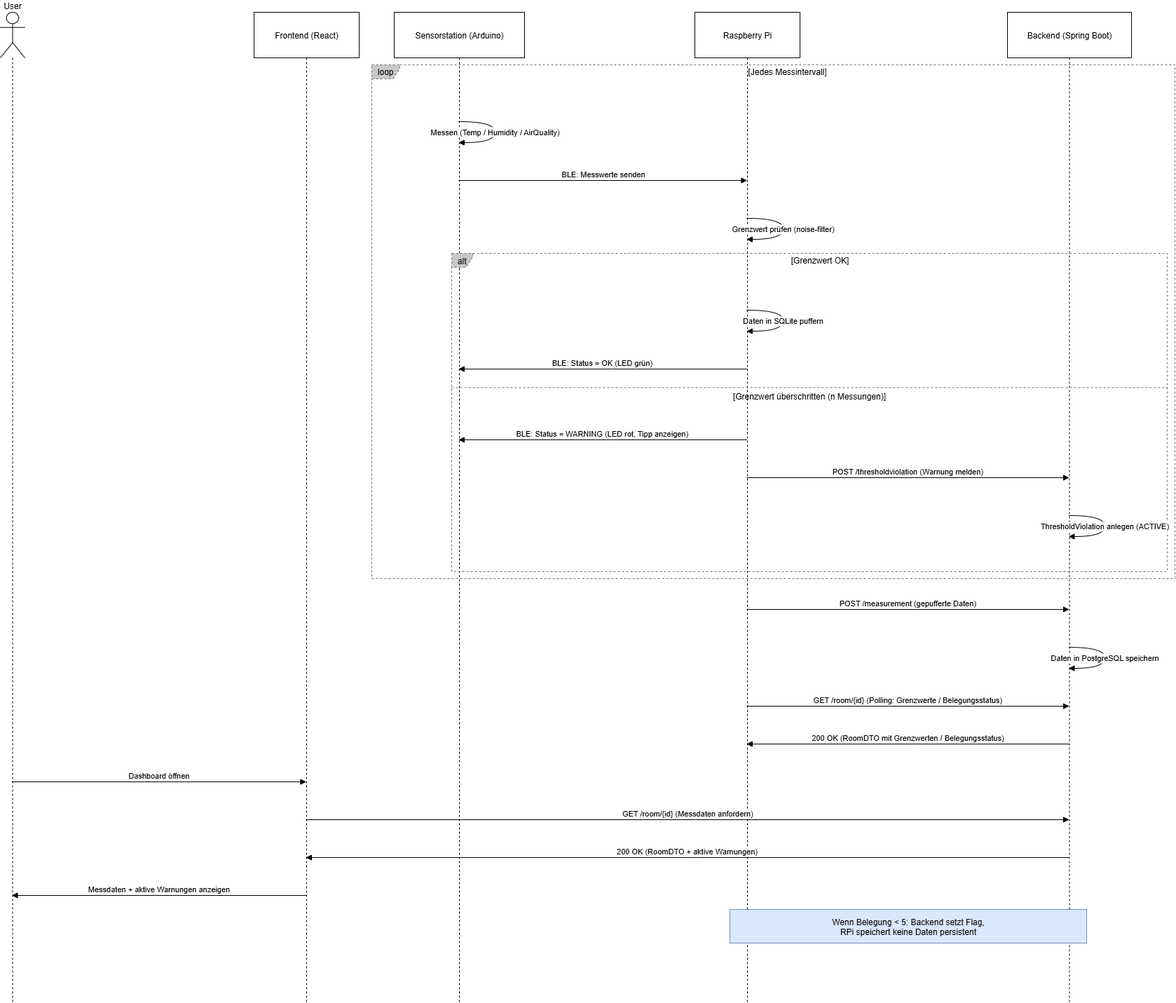
Before: docs/Softwarekonzept_V1/images/general_sequence_diagram.png, a diagram exported from draw.io (adriano-paganini/ClimateCanary). Source tidied: cells renumbered, new cells last; positions are measured from the earlier drawing's top-left corner, leaving out a move shared by most shapes. Its diagram source:
```xml
<mxGraphModel>
  <root>
    <mxCell id="0" />
    <mxCell id="1" parent="0" />
    <mxCell id="2" value="User" style="shape=umlLifeline;perimeter=lifelinePerimeter;whiteSpace=wrap;outlineConnect=0;portConstraint=eastwest;newEdgeStyle={&quot;edgeStyle&quot;:&quot;elbowEdgeStyle&quot;,&quot;elbow&quot;:&quot;vertical&quot;,&quot;curved&quot;:0,&quot;rounded&quot;:0};participant=umlActor;verticalAlign=bottom;labelPosition=center;verticalLabelPosition=top;align=center;size=65;" parent="1" vertex="1">
      <mxGeometry width="35" height="1413" as="geometry" />
    </mxCell>
    <mxCell id="3" value="Frontend (React)" style="shape=umlLifeline;perimeter=lifelinePerimeter;whiteSpace=wrap;outlineConnect=0;portConstraint=eastwest;newEdgeStyle={&quot;edgeStyle&quot;:&quot;elbowEdgeStyle&quot;,&quot;elbow&quot;:&quot;vertical&quot;,&quot;curved&quot;:0,&quot;rounded&quot;:0};size=65;" parent="1" vertex="1">
      <mxGeometry x="362" width="150" height="1413" as="geometry" />
    </mxCell>
    <mxCell id="4" value="Sensorstation (Arduino)" style="shape=umlLifeline;perimeter=lifelinePerimeter;whiteSpace=wrap;outlineConnect=0;portConstraint=eastwest;newEdgeStyle={&quot;edgeStyle&quot;:&quot;elbowEdgeStyle&quot;,&quot;elbow&quot;:&quot;vertical&quot;,&quot;curved&quot;:0,&quot;rounded&quot;:0};size=65;" parent="1" vertex="1">
      <mxGeometry x="562" width="186" height="1413" as="geometry" />
    </mxCell>
    <mxCell id="5" value="Raspberry Pi" style="shape=umlLifeline;perimeter=lifelinePerimeter;whiteSpace=wrap;outlineConnect=0;portConstraint=eastwest;newEdgeStyle={&quot;edgeStyle&quot;:&quot;elbowEdgeStyle&quot;,&quot;elbow&quot;:&quot;vertical&quot;,&quot;curved&quot;:0,&quot;rounded&quot;:0};size=65;" parent="1" vertex="1">
      <mxGeometry x="991" width="150" height="1413" as="geometry" />
    </mxCell>
    <mxCell id="6" value="Backend (Spring Boot)" style="shape=umlLifeline;perimeter=lifelinePerimeter;whiteSpace=wrap;outlineConnect=0;portConstraint=eastwest;newEdgeStyle={&quot;edgeStyle&quot;:&quot;elbowEdgeStyle&quot;,&quot;elbow&quot;:&quot;vertical&quot;,&quot;curved&quot;:0,&quot;rounded&quot;:0};size=65;" parent="1" vertex="1">
      <mxGeometry x="1437" width="177" height="1413" as="geometry" />
    </mxCell>
    <mxCell id="7" value="alt" style="shape=umlFrame;dashed=1;strokeColor=#6D6D6D;height=20;width=30;fillColor=#C8C8C8;" parent="1" vertex="1">
      <mxGeometry x="644" y="344" width="1021" height="454" as="geometry" />
    </mxCell>
    <mxCell id="8" value="[Grenzwert OK]" style="text;strokeColor=none;fillColor=none;align=center;verticalAlign=middle;whiteSpace=wrap;" parent="7" vertex="1">
      <mxGeometry x="30" width="991" height="20" as="geometry" />
    </mxCell>
    <mxCell id="9" value="[Grenzwert überschritten (n Messungen)]" style="shape=line;dashed=1;whiteSpace=wrap;verticalAlign=top;labelPosition=center;verticalLabelPosition=middle;align=center;strokeColor=#6D6D6D;" parent="7" vertex="1">
      <mxGeometry y="190" width="1021" height="3" as="geometry" />
    </mxCell>
    <mxCell id="10" value="loop" style="shape=umlFrame;dashed=1;strokeColor=#6D6D6D;height=20;width=40;fillColor=#C8C8C8;" parent="1" vertex="1">
      <mxGeometry x="530" y="75" width="1146" height="733" as="geometry" />
    </mxCell>
    <mxCell id="11" value="[Jedes Messintervall]" style="text;strokeColor=none;fillColor=none;align=center;verticalAlign=middle;whiteSpace=wrap;" parent="10" vertex="1">
      <mxGeometry x="40" width="1106" height="20" as="geometry" />
    </mxCell>
    <mxCell id="12" value="Messen (Temp / Humidity / AirQuality)" style="curved=1;endArrow=block;rounded=0;" parent="1" edge="1" source="4" target="4">
      <mxGeometry relative="1" as="geometry">
        <Array as="points">
          <mxPoint x="706" y="156" />
          <mxPoint x="706" y="186" />
        </Array>
      </mxGeometry>
    </mxCell>
    <mxCell id="13" value="BLE: Messwerte senden" style="verticalAlign=bottom;edgeStyle=elbowEdgeStyle;elbow=vertical;curved=0;rounded=0;endArrow=block;" parent="1" edge="1" source="4" target="5">
      <mxGeometry relative="1" as="geometry">
        <Array as="points">
          <mxPoint x="869" y="240" />
        </Array>
      </mxGeometry>
    </mxCell>
    <mxCell id="14" value="Grenzwert prüfen (noise-filter)" style="curved=1;endArrow=block;rounded=0;" parent="1" edge="1" source="5" target="5">
      <mxGeometry relative="1" as="geometry">
        <Array as="points">
          <mxPoint x="1117" y="294" />
          <mxPoint x="1117" y="324" />
        </Array>
      </mxGeometry>
    </mxCell>
    <mxCell id="15" value="Daten in SQLite puffern" style="curved=1;endArrow=block;rounded=0;" parent="1" edge="1" source="5" target="5">
      <mxGeometry relative="1" as="geometry">
        <Array as="points">
          <mxPoint x="1117" y="425" />
          <mxPoint x="1117" y="455" />
        </Array>
      </mxGeometry>
    </mxCell>
    <mxCell id="16" value="BLE: Status = OK (LED grün)" style="verticalAlign=bottom;edgeStyle=elbowEdgeStyle;elbow=vertical;curved=0;rounded=0;endArrow=block;" parent="1" edge="1" source="5" target="4">
      <mxGeometry relative="1" as="geometry">
        <Array as="points">
          <mxPoint x="872" y="509" />
        </Array>
      </mxGeometry>
    </mxCell>
    <mxCell id="17" value="BLE: Status = WARNING (LED rot, Tipp anzeigen)" style="verticalAlign=bottom;edgeStyle=elbowEdgeStyle;elbow=vertical;curved=0;rounded=0;endArrow=block;" parent="1" edge="1" source="5" target="4">
      <mxGeometry relative="1" as="geometry">
        <Array as="points">
          <mxPoint x="872" y="610" />
        </Array>
      </mxGeometry>
    </mxCell>
    <mxCell id="18" value="POST /thresholdviolation (Warnung melden)" style="verticalAlign=bottom;edgeStyle=elbowEdgeStyle;elbow=vertical;curved=0;rounded=0;endArrow=block;" parent="1" edge="1" source="5" target="6">
      <mxGeometry relative="1" as="geometry">
        <Array as="points">
          <mxPoint x="1304" y="664" />
        </Array>
      </mxGeometry>
    </mxCell>
    <mxCell id="19" value="ThresholdViolation anlegen (ACTIVE)" style="curved=1;endArrow=block;rounded=0;" parent="1" edge="1" source="6" target="6">
      <mxGeometry relative="1" as="geometry">
        <Array as="points">
          <mxPoint x="1576" y="718" />
          <mxPoint x="1576" y="748" />
        </Array>
      </mxGeometry>
    </mxCell>
    <mxCell id="20" value="POST /measurement (gepufferte Daten)" style="verticalAlign=bottom;edgeStyle=elbowEdgeStyle;elbow=vertical;curved=0;rounded=0;endArrow=block;" parent="1" edge="1" source="5" target="6">
      <mxGeometry relative="1" as="geometry">
        <Array as="points">
          <mxPoint x="1304" y="852" />
        </Array>
      </mxGeometry>
    </mxCell>
    <mxCell id="21" value="Daten in PostgreSQL speichern" style="curved=1;endArrow=block;rounded=0;" parent="1" edge="1" source="6" target="6">
      <mxGeometry relative="1" as="geometry">
        <Array as="points">
          <mxPoint x="1576" y="906" />
          <mxPoint x="1576" y="936" />
        </Array>
      </mxGeometry>
    </mxCell>
    <mxCell id="22" value="GET /room/{id} (Polling: Grenzwerte / Belegungsstatus)" style="verticalAlign=bottom;edgeStyle=elbowEdgeStyle;elbow=vertical;curved=0;rounded=0;endArrow=block;" parent="1" edge="1" source="5" target="6">
      <mxGeometry relative="1" as="geometry">
        <Array as="points">
          <mxPoint x="1304" y="990" />
        </Array>
      </mxGeometry>
    </mxCell>
    <mxCell id="23" value="200 OK (RoomDTO mit Grenzwerten / Belegungsstatus)" style="verticalAlign=bottom;edgeStyle=elbowEdgeStyle;elbow=vertical;curved=0;rounded=0;endArrow=block;" parent="1" edge="1" source="6" target="5">
      <mxGeometry relative="1" as="geometry">
        <Array as="points">
          <mxPoint x="1307" y="1044" />
        </Array>
      </mxGeometry>
    </mxCell>
    <mxCell id="24" value="Dashboard öffnen" style="verticalAlign=bottom;edgeStyle=elbowEdgeStyle;elbow=vertical;curved=0;rounded=0;endArrow=block;" parent="1" edge="1" source="2" target="3">
      <mxGeometry relative="1" as="geometry">
        <Array as="points">
          <mxPoint x="265" y="1098" />
        </Array>
      </mxGeometry>
    </mxCell>
    <mxCell id="25" value="GET /room/{id} (Messdaten anfordern)" style="verticalAlign=bottom;edgeStyle=elbowEdgeStyle;elbow=vertical;curved=0;rounded=0;endArrow=block;" parent="1" edge="1" source="3" target="6">
      <mxGeometry relative="1" as="geometry">
        <Array as="points">
          <mxPoint x="990" y="1152" />
        </Array>
      </mxGeometry>
    </mxCell>
    <mxCell id="26" value="200 OK (RoomDTO + aktive Warnungen)" style="verticalAlign=bottom;edgeStyle=elbowEdgeStyle;elbow=vertical;curved=0;rounded=0;endArrow=block;" parent="1" edge="1" source="6" target="3">
      <mxGeometry relative="1" as="geometry">
        <Array as="points">
          <mxPoint x="993" y="1206" />
        </Array>
      </mxGeometry>
    </mxCell>
    <mxCell id="27" value="Messdaten + aktive Warnungen anzeigen" style="verticalAlign=bottom;edgeStyle=elbowEdgeStyle;elbow=vertical;curved=0;rounded=0;endArrow=block;" parent="1" edge="1" source="3" target="2">
      <mxGeometry relative="1" as="geometry">
        <Array as="points">
          <mxPoint x="268" y="1260" />
        </Array>
      </mxGeometry>
    </mxCell>
    <mxCell id="28" value="Wenn Belegung &lt; 5: Backend setzt Flag,&#10;RPi speichert keine Daten persistent" style="fillColor=#dae8fc;strokeColor=#6c8ebf;" parent="1" vertex="1">
      <mxGeometry x="1041" y="1280" width="509" height="48" as="geometry" />
    </mxCell>
  </root>
</mxGraphModel>
```
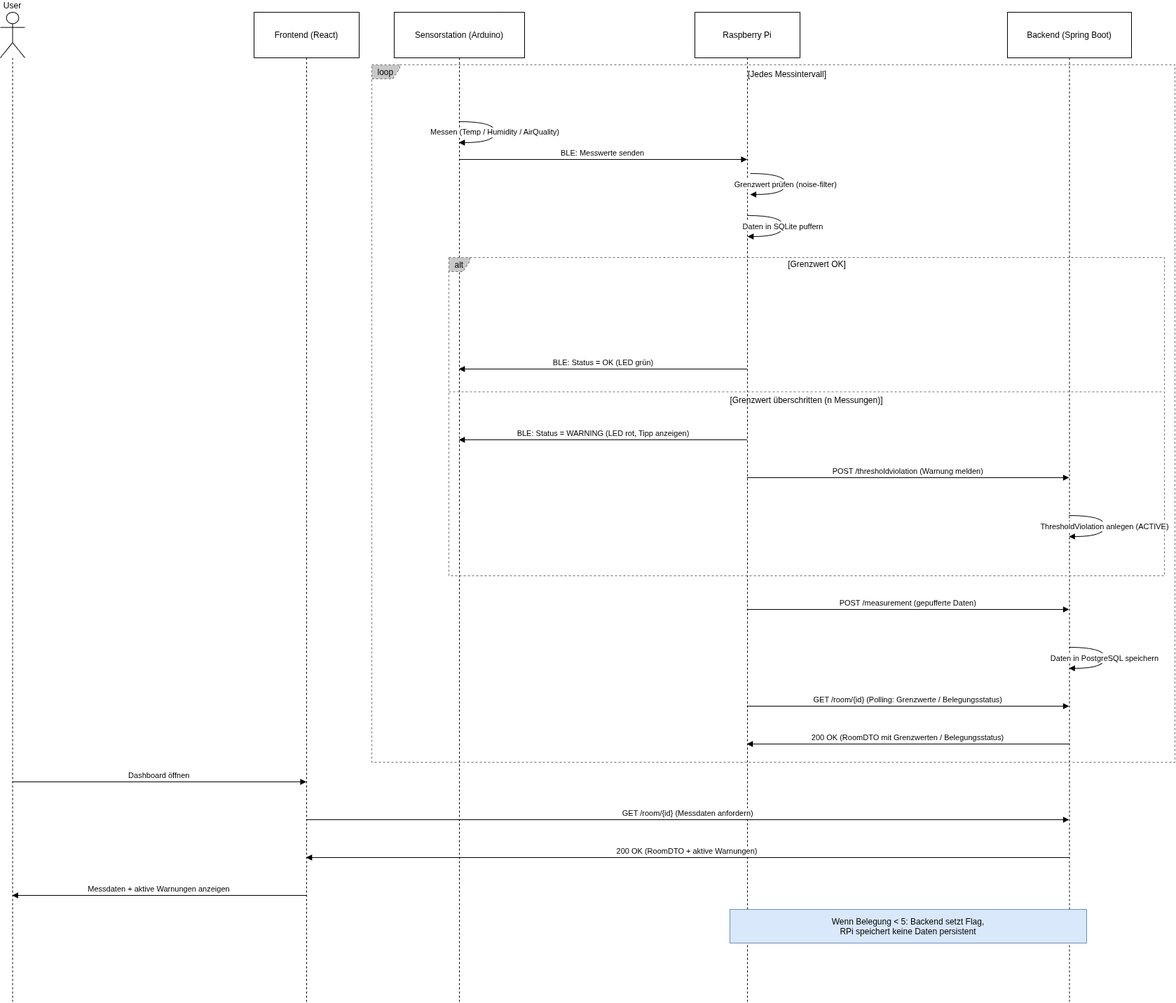
The same diagram one commit later.

Commit message:
updated sequence-diagram

Diff of the diagram source:
```diff
@@ -18,7 +18,7 @@
       <mxGeometry x="1437" width="177" height="1413" as="geometry" />
     </mxCell>
     <mxCell id="7" value="alt" style="shape=umlFrame;dashed=1;strokeColor=#6D6D6D;height=20;width=30;fillColor=#C8C8C8;" parent="1" vertex="1">
-      <mxGeometry x="644" y="344" width="1021" height="454" as="geometry" />
+      <mxGeometry x="640" y="350" width="1021" height="454" as="geometry" />
     </mxCell>
     <mxCell id="8" value="[Grenzwert OK]" style="text;strokeColor=none;fillColor=none;align=center;verticalAlign=middle;whiteSpace=wrap;" parent="7" vertex="1">
       <mxGeometry x="30" width="991" height="20" as="geometry" />
@@ -27,10 +27,10 @@
       <mxGeometry y="190" width="1021" height="3" as="geometry" />
     </mxCell>
     <mxCell id="10" value="loop" style="shape=umlFrame;dashed=1;strokeColor=#6D6D6D;height=20;width=40;fillColor=#C8C8C8;" parent="1" vertex="1">
-      <mxGeometry x="530" y="75" width="1146" height="733" as="geometry" />
+      <mxGeometry x="530" y="75" width="1146" height="995" as="geometry" />
     </mxCell>
     <mxCell id="11" value="[Jedes Messintervall]" style="text;strokeColor=none;fillColor=none;align=center;verticalAlign=middle;whiteSpace=wrap;" parent="10" vertex="1">
-      <mxGeometry x="40" width="1106" height="20" as="geometry" />
+      <mxGeometry x="40" width="1106" height="27.1" as="geometry" />
     </mxCell>
     <mxCell id="12" value="Messen (Temp / Humidity / AirQuality)" style="curved=1;endArrow=block;rounded=0;" parent="1" edge="1" source="4" target="4">
       <mxGeometry relative="1" as="geometry">
@@ -40,26 +40,32 @@
         </Array>
       </mxGeometry>
     </mxCell>
-    <mxCell id="13" value="BLE: Messwerte senden" style="verticalAlign=bottom;edgeStyle=elbowEdgeStyle;elbow=vertical;curved=0;rounded=0;endArrow=block;" parent="1" edge="1" source="4" target="5">
+    <mxCell id="13" value="BLE: Messwerte senden" style="verticalAlign=bottom;edgeStyle=elbowEdgeStyle;elbow=vertical;curved=0;rounded=0;endArrow=block;" parent="1" edge="1">
       <mxGeometry relative="1" as="geometry">
+        <mxPoint x="654.6" y="210" as="sourcePoint" />
+        <mxPoint x="1065.5" y="210" as="targetPoint" />
         <Array as="points">
-          <mxPoint x="869" y="240" />
+          <mxPoint x="869" y="210" />
         </Array>
       </mxGeometry>
     </mxCell>
-    <mxCell id="14" value="Grenzwert prüfen (noise-filter)" style="curved=1;endArrow=block;rounded=0;" parent="1" edge="1" source="5" target="5">
+    <mxCell id="14" value="Grenzwert prüfen (noise-filter)" style="curved=1;endArrow=block;rounded=0;" parent="1" edge="1">
       <mxGeometry relative="1" as="geometry">
+        <mxPoint x="1070" y="230" as="sourcePoint" />
+        <mxPoint x="1070" y="260" as="targetPoint" />
         <Array as="points">
-          <mxPoint x="1117" y="294" />
-          <mxPoint x="1117" y="324" />
+          <mxPoint x="1120.8" y="230" />
+          <mxPoint x="1120.8" y="260" />
         </Array>
       </mxGeometry>
     </mxCell>
-    <mxCell id="15" value="Daten in SQLite puffern" style="curved=1;endArrow=block;rounded=0;" parent="1" edge="1" source="5" target="5">
+    <mxCell id="15" value="Daten in SQLite puffern" style="curved=1;endArrow=block;rounded=0;" parent="1" edge="1">
       <mxGeometry relative="1" as="geometry">
+        <mxPoint x="1066.2" y="290" as="sourcePoint" />
+        <mxPoint x="1066.2" y="320" as="targetPoint" />
         <Array as="points">
-          <mxPoint x="1117" y="425" />
-          <mxPoint x="1117" y="455" />
+          <mxPoint x="1117" y="290" />
+          <mxPoint x="1117" y="320" />
         </Array>
       </mxGeometry>
     </mxCell>
```
